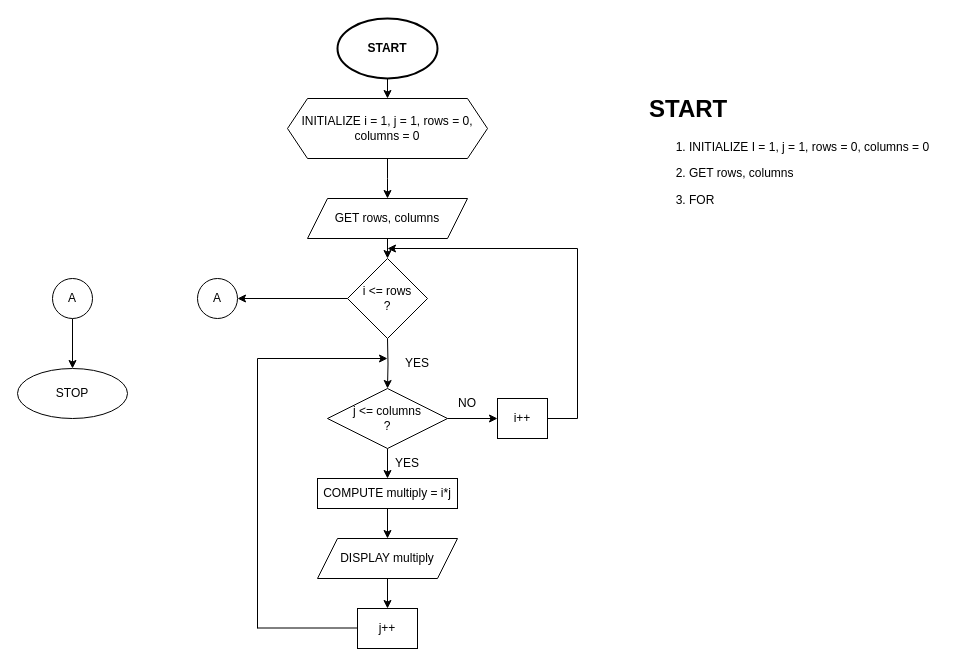
Earlier version of the draw.io diagram page "5_21" (1 of 3) of Lab Exercise 4/lab5.2.drawio (barrosaur/first-year-cpe-lab). Source tidied: cells renumbered, new cells numbered last; positions are measured from the earlier drawing's top-left corner, leaving out a move shared by most shapes. Both pictures are drawn from the tidied source at 100%, with x=0, y=0 at pixel (17, 18).
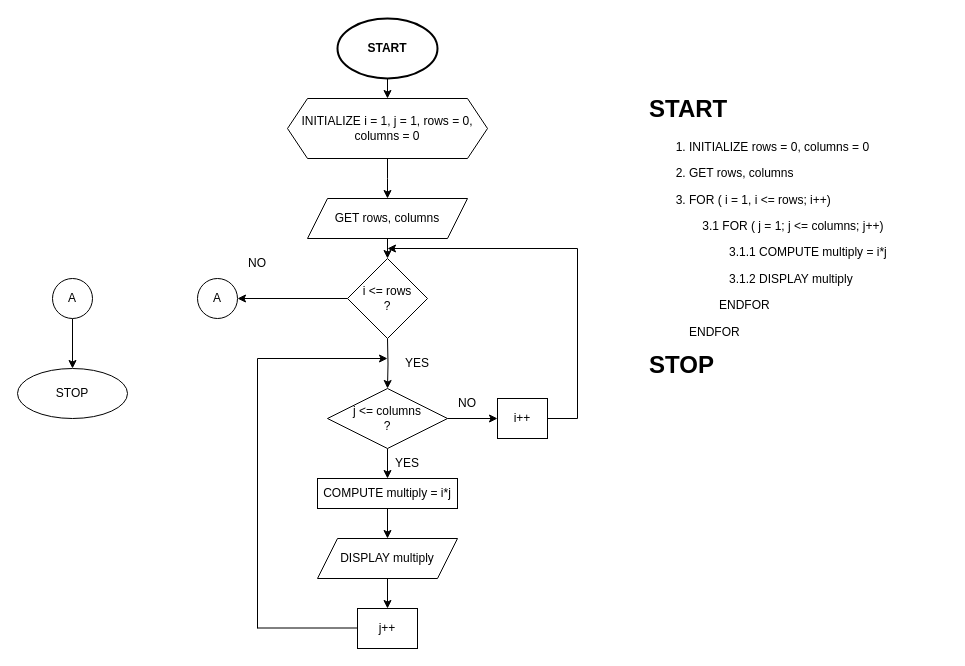
Above is the later version.

What changed in the source:
```diff
@@
-    <mxCell id="33" value="&lt;blockquote style=&quot;margin: 0 0 0 40px; border: none; padding: 0px;&quot;&gt;&lt;h1 style=&quot;margin-top: 0px;&quot;&gt;START&lt;/h1&gt;&lt;p&gt;&lt;span style=&quot;white-space: pre;&quot;&gt;&#9;&lt;/span&gt;1. INITIALIZE I = 1, j = 1, rows = 0, columns = 0&lt;/p&gt;&lt;p&gt;&lt;span style=&quot;white-space: pre;&quot;&gt;&#9;&lt;/span&gt;2. GET rows, columns&lt;br&gt;&lt;/p&gt;&lt;p&gt;&lt;span style=&quot;white-space: pre;&quot;&gt;&#9;&lt;/span&gt;3. FOR&lt;br&gt;&lt;/p&gt;&lt;/blockquote&gt;" style="text;html=1;whiteSpace=wrap;overflow=hidden;rounded=0;" parent="1" vertex="1">
+    <mxCell id="33" value="&lt;blockquote style=&quot;margin: 0 0 0 40px; border: none; padding: 0px;&quot;&gt;&lt;h1 style=&quot;margin-top: 0px;&quot;&gt;START&lt;/h1&gt;&lt;p&gt;&lt;span style=&quot;white-space: pre;&quot;&gt;&#9;&lt;/span&gt;1. INITIALIZE rows = 0, columns = 0&lt;/p&gt;&lt;p&gt;&lt;span style=&quot;white-space: pre;&quot;&gt;&#9;&lt;/span&gt;2. GET rows, columns&lt;br&gt;&lt;/p&gt;&lt;p&gt;&lt;span style=&quot;white-space: pre;&quot;&gt;&#9;&lt;/span&gt;3. FOR ( i = 1, i &amp;lt;= rows; i++)&lt;br&gt;&lt;/p&gt;&lt;p&gt;&lt;span style=&quot;white-space: pre;&quot;&gt;&#9;&lt;/span&gt;&lt;span style=&quot;white-space: pre;&quot;&gt;&#9;&lt;/span&gt;3.1 FOR ( j = 1; j &amp;lt;= columns; j++)&lt;br&gt;&lt;/p&gt;&lt;p&gt;&lt;span style=&quot;white-space: pre;&quot;&gt;&#9;&lt;/span&gt;&lt;span style=&quot;white-space: pre;&quot;&gt;&#9;&lt;/span&gt;&lt;span style=&quot;white-space: pre;&quot;&gt;&#9;&lt;/span&gt;3.1.1 COMPUTE multiply = i*j&lt;br&gt;&lt;/p&gt;&lt;p&gt;&lt;span style=&quot;white-space: pre;&quot;&gt;&#9;&lt;/span&gt;&lt;span style=&quot;white-space: pre;&quot;&gt;&#9;&lt;/span&gt;&lt;span style=&quot;white-space: pre;&quot;&gt;&#9;&lt;/span&gt;3.1.2 DISPLAY multiply&lt;br&gt;&lt;/p&gt;&lt;p&gt;&lt;span style=&quot;white-space: pre;&quot;&gt;&#9;&lt;/span&gt;&lt;span style=&quot;white-space: pre;&quot;&gt;&#9;&lt;/span&gt;&amp;nbsp; &amp;nbsp; &amp;nbsp;ENDFOR&lt;br&gt;&lt;/p&gt;&lt;p&gt;&lt;span style=&quot;white-space: pre;&quot;&gt;&#9;&lt;/span&gt;&amp;nbsp; &amp;nbsp; ENDFOR&lt;br&gt;&lt;/p&gt;&lt;h1 style=&quot;margin-top: 0px;&quot;&gt;STOP&lt;/h1&gt;&lt;p&gt;&lt;span style=&quot;white-space: pre;&quot;&gt;&#9;&lt;/span&gt;&lt;span style=&quot;white-space: pre;&quot;&gt;&#9;&lt;/span&gt;&lt;span style=&quot;white-space: pre;&quot;&gt;&#9;&lt;/span&gt;&lt;span style=&quot;white-space: pre;&quot;&gt;&#9;&lt;/span&gt;&lt;br&gt;&lt;/p&gt;&lt;/blockquote&gt;" style="text;html=1;whiteSpace=wrap;overflow=hidden;rounded=0;" parent="1" vertex="1">
       <mxGeometry x="590" y="70" width="340" height="290" as="geometry" />
     </mxCell>
+    <mxCell id="34" value="NO" style="text;html=1;align=center;verticalAlign=middle;whiteSpace=wrap;rounded=0;" parent="1" vertex="1">
+      <mxGeometry x="210" y="230" width="60" height="30" as="geometry" />
+    </mxCell>
```
